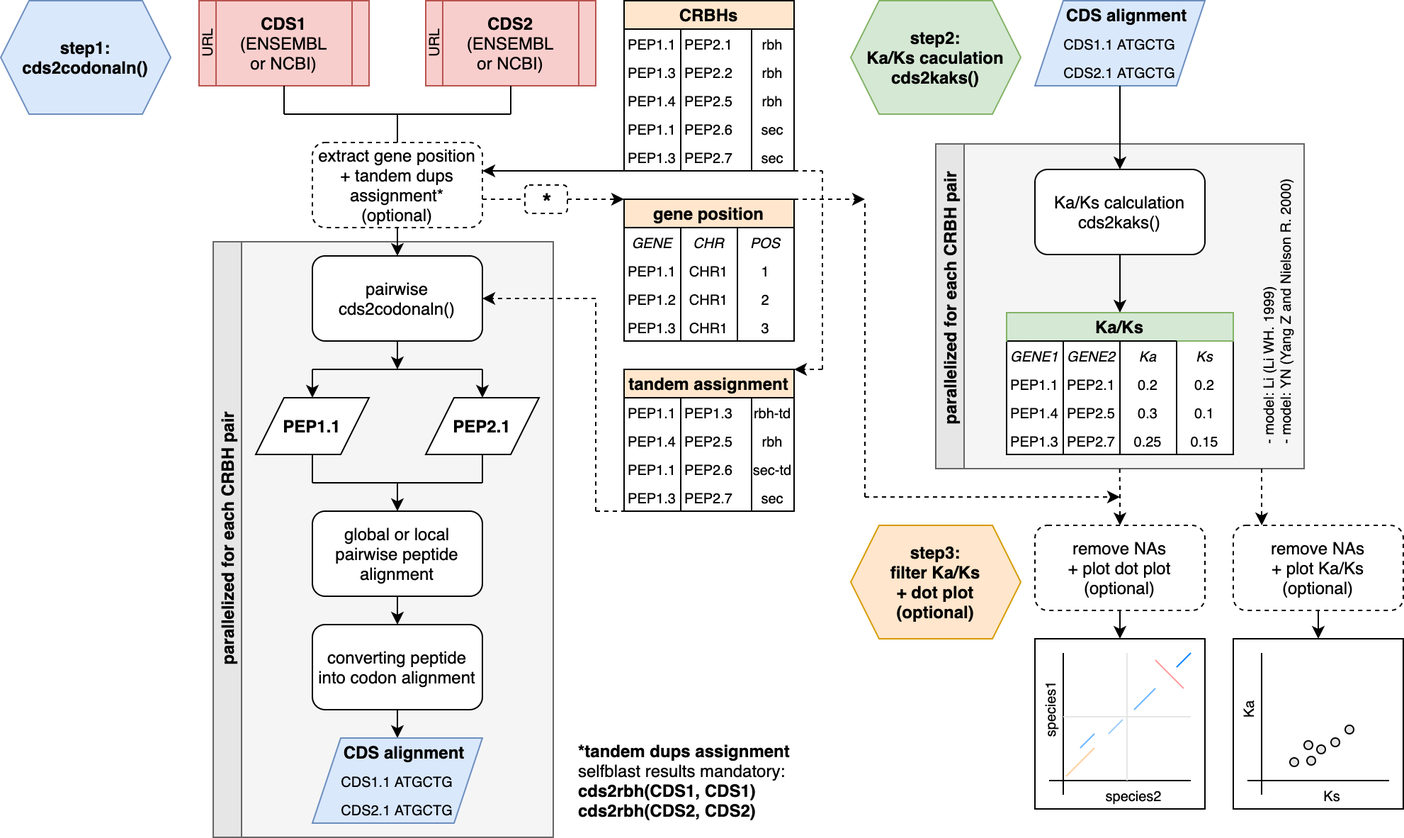
Earlier version of the draw.io export vignettes/rbh2kaks.png (kullrich/CRBHits). Source tidied: cells renumbered, new cells last; positions are measured from the earlier drawing's top-left corner, leaving out a move shared by most shapes.
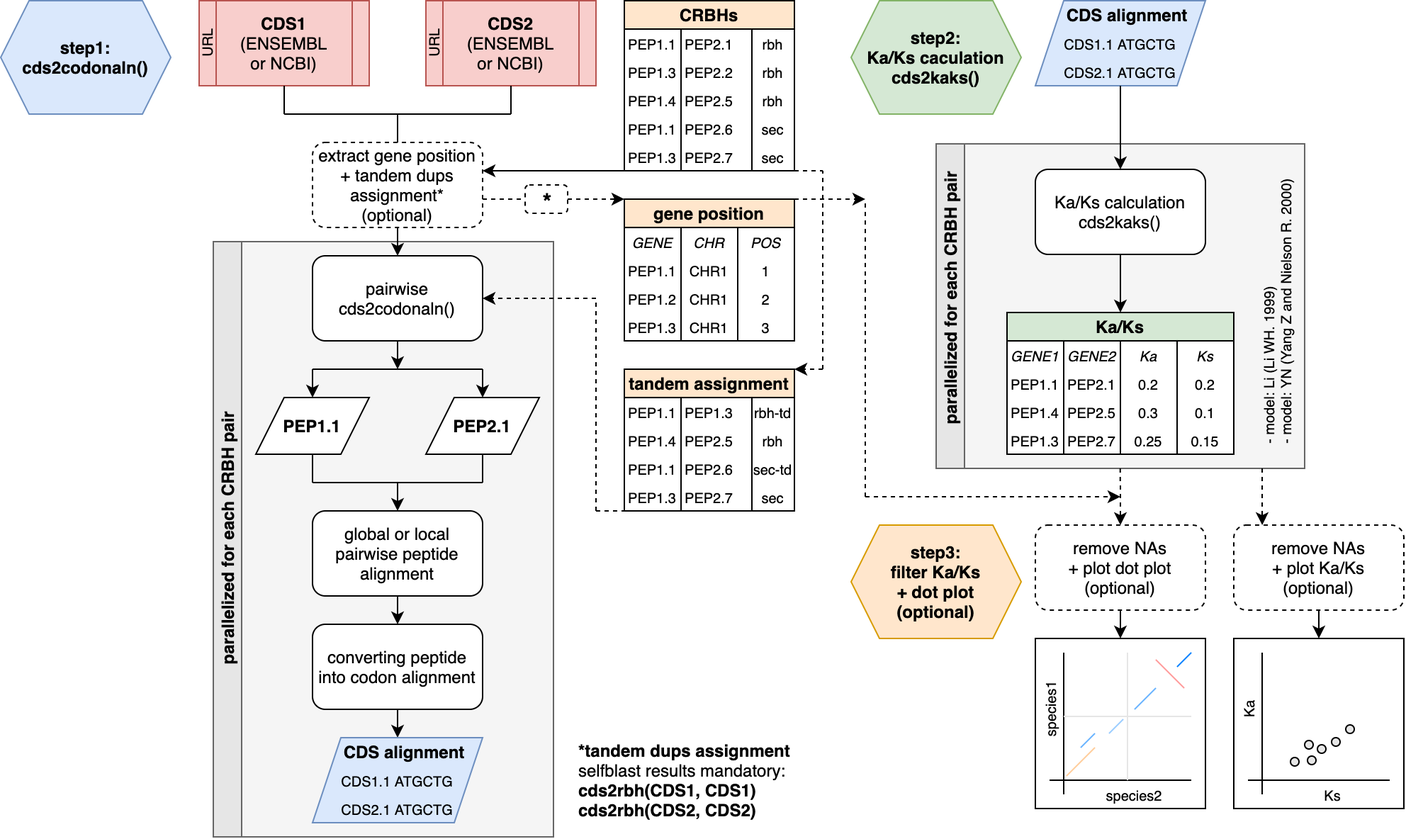
The same diagram one commit later.

What changed in the source:
```diff
@@ -461,7 +461,7 @@
     <mxCell id="130" style="rounded=0;whiteSpace=wrap;html=1;fillColor=#d5e8d4;strokeColor=#82b366;" parent="1" vertex="1">
       <mxGeometry x="756" y="220" width="160" height="20" as="geometry" />
     </mxCell>
-    <mxCell id="131" value="&lt;b&gt;Ka/Ks&lt;/b&gt;" style="text;html=1;strokeColor=none;fillColor=none;align=center;verticalAlign=middle;whiteSpace=wrap;rounded=0;" parent="1" vertex="1">
+    <mxCell id="131" value="&lt;b&gt;Ka/Ks&lt;/b&gt;" style="text;html=1;fillColor=none;align=center;verticalAlign=middle;whiteSpace=wrap;rounded=0;strokeColor=#000000;" parent="1" vertex="1">
       <mxGeometry x="756" y="220" width="160" height="20" as="geometry" />
     </mxCell>
     <mxCell id="132" value="&lt;i&gt;GENE1&lt;/i&gt;" style="text;html=1;strokeColor=none;fillColor=none;align=center;verticalAlign=middle;whiteSpace=wrap;rounded=0;fontSize=10;" parent="1" vertex="1">
```
